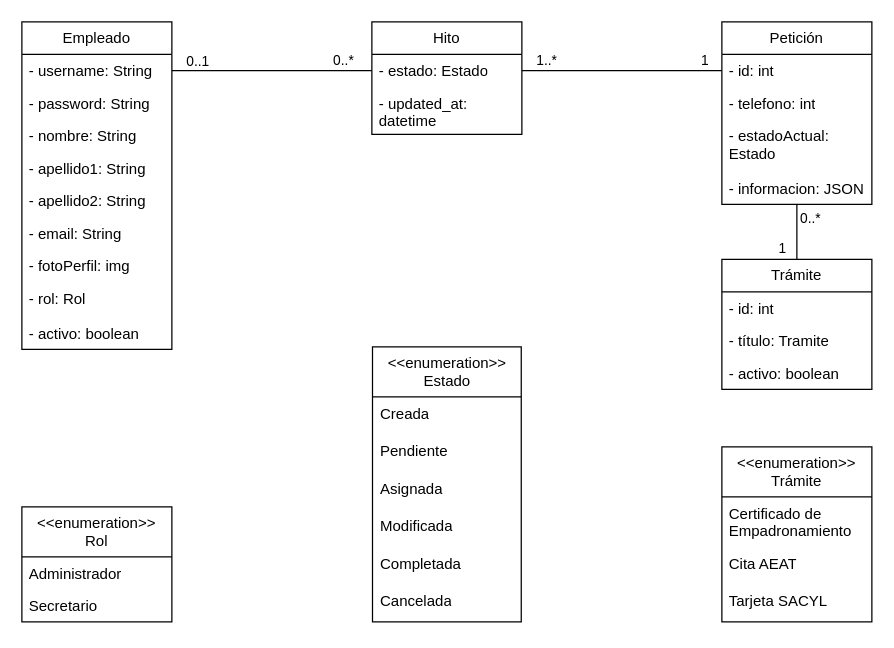
Earlier version of the draw.io diagram page "Modelo de domino" (2 of 15) of documents/img/diagramas/TFG.drawio (humaral/tfg). Source tidied: cells renumbered, new cells numbered last; positions are measured from the earlier drawing's top-left corner, leaving out a move shared by most shapes. Both pictures are drawn from the tidied source at 125%, with x=0, y=0 at pixel (21, 21).
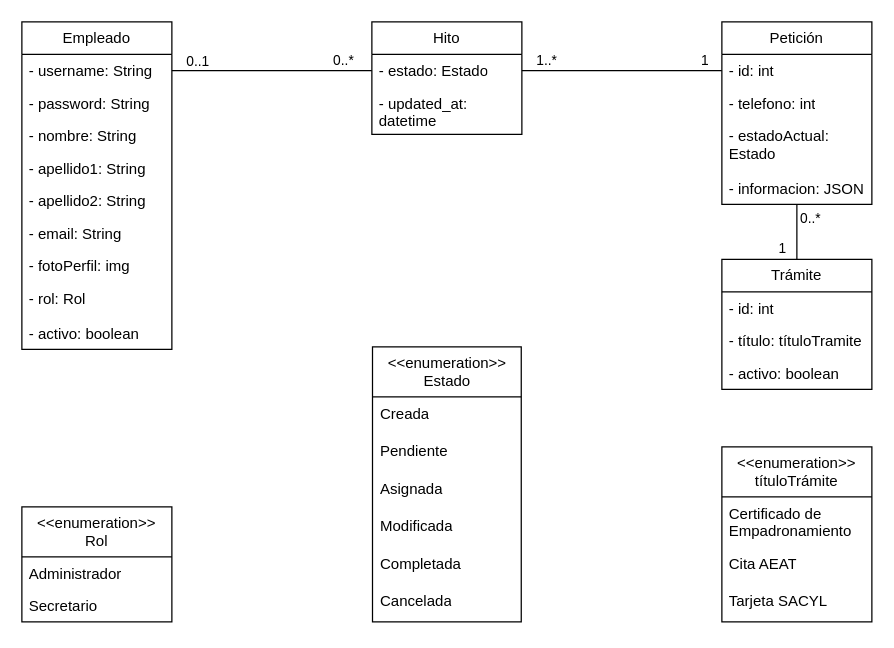
After the change.

Commit message:
Actualizar modelo dominio

The change refers to these unchanged cells:
```xml
<mxCell id="40" value="Trámite" style="swimlane;fontStyle=0;horizontal=1;startSize=26;fillColor=none;whiteSpace=wrap;html=1;" parent="1" vertex="1">
  <mxGeometry x="560" y="190" width="120" height="104" as="geometry" />
</mxCell>
```

Change to the diagram source:
```diff
@@
-    <mxCell id="23" value="&lt;div&gt;&amp;lt;&amp;lt;enumeration&amp;gt;&amp;gt;&lt;/div&gt;Trámite" style="swimlane;fontStyle=0;horizontal=1;startSize=40;fillColor=none;whiteSpace=wrap;html=1;" parent="1" vertex="1">
+    <mxCell id="23" value="&lt;div&gt;&amp;lt;&amp;lt;enumeration&amp;gt;&amp;gt;&lt;/div&gt;títuloTrámite" style="swimlane;fontStyle=0;horizontal=1;startSize=40;fillColor=none;whiteSpace=wrap;html=1;" parent="1" vertex="1">
       <mxGeometry x="560" y="340" width="120" height="140" as="geometry" />
     </mxCell>
@@
-    <mxCell id="42" value="- título: Tramite" style="text;strokeColor=none;fillColor=none;align=left;verticalAlign=top;spacingLeft=4;spacingRight=4;overflow=hidden;whiteSpace=wrap;html=1;" parent="40" vertex="1">
+    <mxCell id="42" value="- título: títuloTramite" style="text;strokeColor=none;fillColor=none;align=left;verticalAlign=top;spacingLeft=4;spacingRight=4;overflow=hidden;whiteSpace=wrap;html=1;" parent="40" vertex="1">
       <mxGeometry y="52" width="120" height="26" as="geometry" />
     </mxCell>
```
